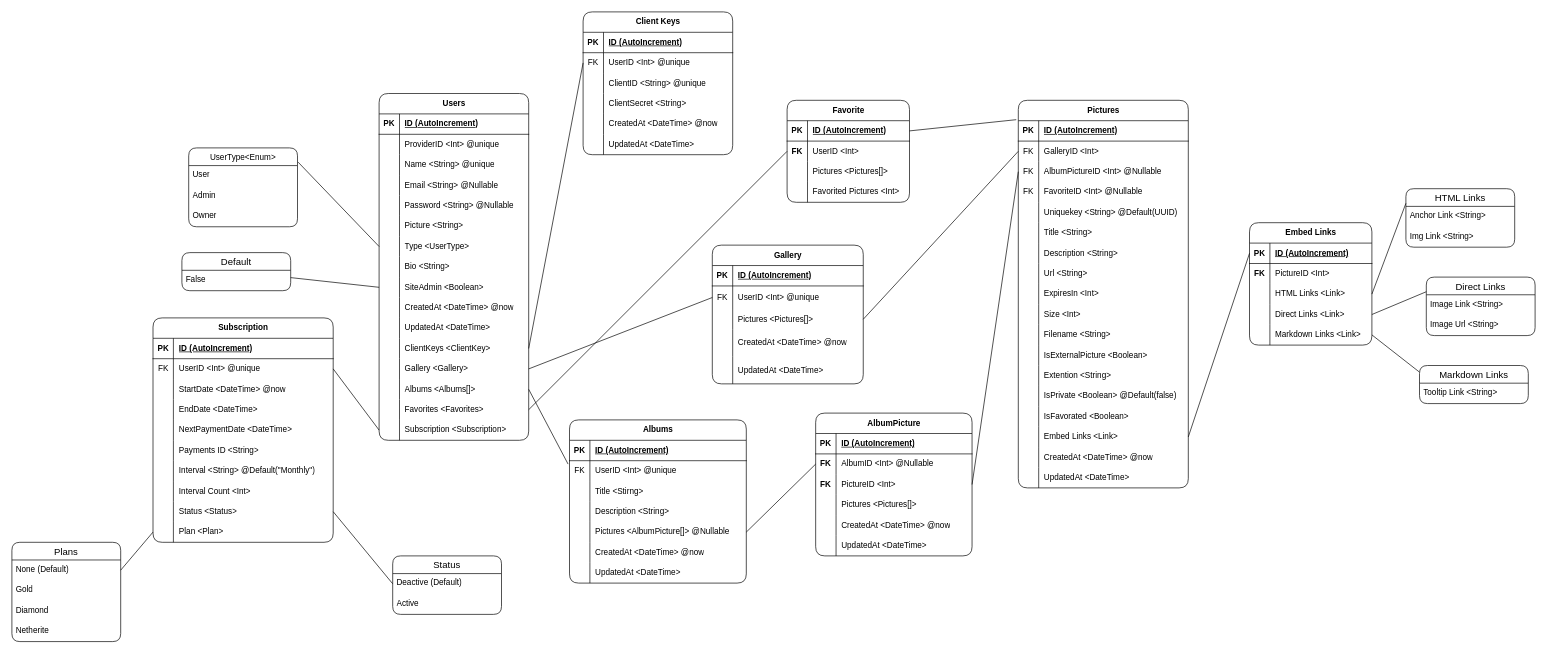
The draw.io diagram project/models/Pixelarium.drawio in Novanaa/Pixelarium, before the edit. Source tidied: cells renumbered, new cells numbered last; positions are measured from the earlier drawing's top-left corner, leaving out a move shared by most shapes. Both pictures are drawn from the tidied source at 68%, with x=0, y=0 at pixel (12, 12).
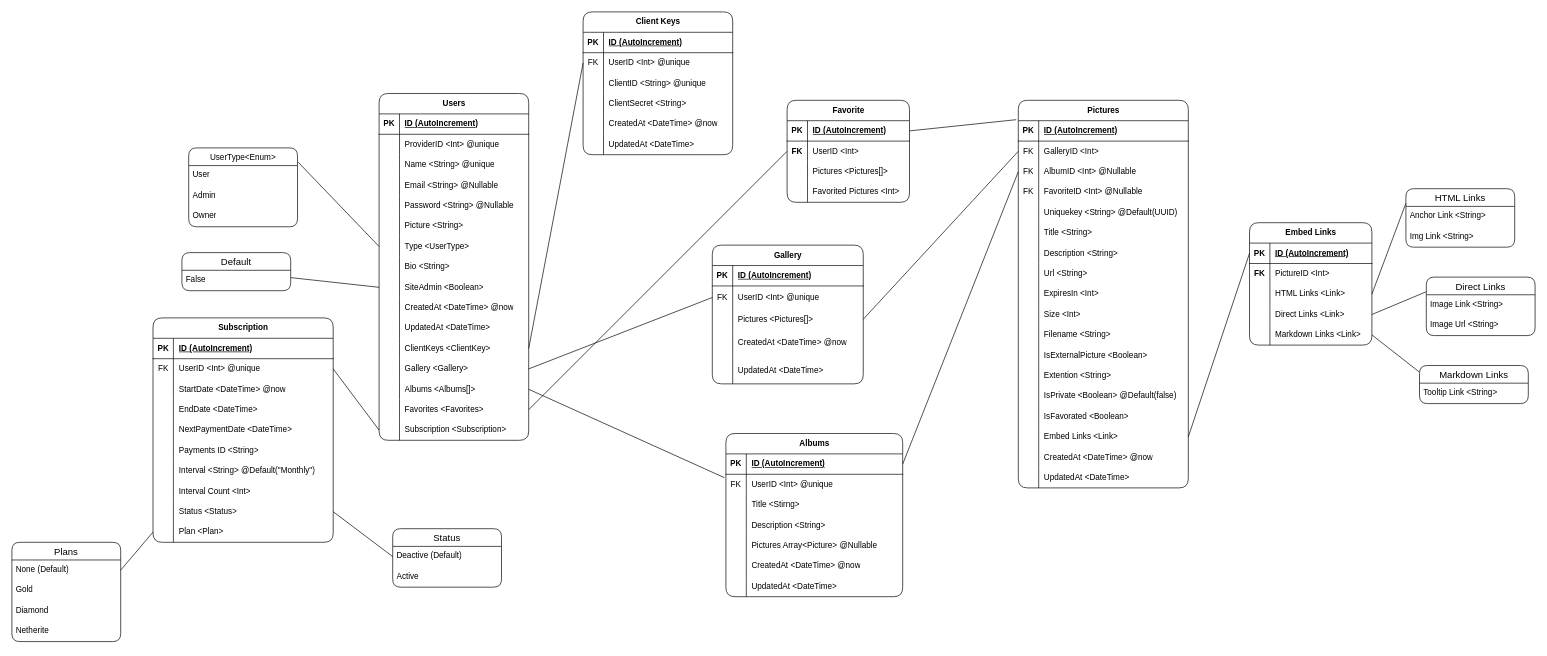
Above is the later version.

Commit message (it also covers changes not shown here):
Updated Pixelarium Database Design Model

The change refers to these unchanged cells:
```xml
<mxCell id="103" style="shape=tableRow;horizontal=0;startSize=0;swimlaneHead=0;swimlaneBody=0;fillColor=none;points=[[0,0.5],[1,0.5]];portConstraint=eastwest;top=0;left=0;right=0;bottom=0;" parent="96" vertex="1">
  <mxGeometry y="90" width="250" height="30" as="geometry" />
</mxCell>
<mxCell id="153" style="shape=tableRow;horizontal=0;startSize=0;swimlaneHead=0;swimlaneBody=0;fillColor=none;points=[[0,0.5],[1,0.5]];portConstraint=eastwest;top=0;left=0;right=0;bottom=1;" parent="152" vertex="1">
  <mxGeometry y="30" width="260" height="30" as="geometry" />
</mxCell>
<mxCell id="165" style="shape=tableRow;horizontal=0;startSize=0;swimlaneHead=0;swimlaneBody=0;fillColor=none;points=[[0,0.5],[1,0.5]];portConstraint=eastwest;top=0;left=0;right=0;bottom=0;" parent="152" vertex="1">
  <mxGeometry y="150" width="260" height="30" as="geometry" />
</mxCell>
```

What changed in the source:
```diff
@@
-    <mxCell id="105" value="AlbumPictureID &amp;lt;Int&amp;gt; @Nullable" style="shape=partialRectangle;fillColor=none;top=0;left=0;bottom=0;right=0;align=left;spacingLeft=6;overflow=hidden;whiteSpace=wrap;html=1;" parent="103" vertex="1">
+    <mxCell id="105" value="AlbumID &amp;lt;Int&amp;gt; @Nullable" style="shape=partialRectangle;fillColor=none;top=0;left=0;bottom=0;right=0;align=left;spacingLeft=6;overflow=hidden;whiteSpace=wrap;html=1;" parent="103" vertex="1">
       <mxGeometry x="30" width="220" height="30" as="geometry" />
     </mxCell>
@@
     <mxCell id="152" value="Albums" style="shape=table;startSize=30;childLayout=tableLayout;rowLines=0;fontStyle=1;align=center;html=1;rounded=1;" parent="1" vertex="1">
-      <mxGeometry x="820" y="600" width="260" height="240" as="geometry" />
+      <mxGeometry x="1050" y="620" width="260" height="240" as="geometry" />
     </mxCell>
@@
-    <mxCell id="167" value="Pictures &amp;lt;AlbumPicture[]&amp;gt; @Nullable" style="shape=partialRectangle;fillColor=none;top=0;left=0;bottom=0;right=0;align=left;spacingLeft=6;overflow=hidden;whiteSpace=wrap;html=1;" parent="165" vertex="1">
+    <mxCell id="167" value="Pictures Array&amp;lt;Picture&amp;gt; @Nullable" style="shape=partialRectangle;fillColor=none;top=0;left=0;bottom=0;right=0;align=left;spacingLeft=6;overflow=hidden;whiteSpace=wrap;html=1;" parent="165" vertex="1">
       <mxGeometry x="30" width="230" height="30" as="geometry" />
     </mxCell>
@@
-    <mxCell id="174" style="endArrow=none;html=1;rounded=0;exitX=1;exitY=0.5;exitDx=0;exitDy=0;entryX=0;entryY=0.5;entryDx=0;entryDy=0;" parent="1" edge="1" source="165" target="221">
-      <mxGeometry relative="1" as="geometry" />
-    </mxCell>
@@
     <mxCell id="207" value="Status" style="swimlane;fontStyle=0;horizontal=1;startSize=26;align=center;fontSize=14;rounded=1;" parent="1" vertex="1">
-      <mxGeometry x="560" y="800" width="160" height="86" as="geometry" />
+      <mxGeometry x="560" y="760" width="160" height="86" as="geometry" />
     </mxCell>
@@
-    <mxCell id="217" value="AlbumPicture" style="shape=table;startSize=30;childLayout=tableLayout;rowLines=0;fontStyle=1;align=center;html=1;rounded=1;" parent="1" vertex="1">
-      <mxGeometry x="1182" y="590" width="230" height="210" as="geometry" />
-    </mxCell>
-    <mxCell id="218" style="shape=tableRow;horizontal=0;startSize=0;swimlaneHead=0;swimlaneBody=0;fillColor=none;top=0;left=0;right=0;bottom=1;" parent="217" vertex="1">
-      <mxGeometry y="30" width="230" height="30" as="geometry" />
-    </mxCell>
-    <mxCell id="219" value="PK" style="shape=partialRectangle;fillColor=none;top=0;left=0;bottom=0;right=0;fontStyle=1;overflow=hidden;whiteSpace=wrap;html=1;" parent="218" vertex="1">
-      <mxGeometry width="30" height="30" as="geometry" />
-    </mxCell>
-    <mxCell id="220" value="ID (AutoIncrement)" style="shape=partialRectangle;fillColor=none;top=0;left=0;bottom=0;right=0;align=left;spacingLeft=6;fontStyle=5;overflow=hidden;whiteSpace=wrap;html=1;" parent="218" vertex="1">
-      <mxGeometry x="30" width="200" height="30" as="geometry" />
-    </mxCell>
-    <mxCell id="221" style="shape=tableRow;horizontal=0;startSize=0;swimlaneHead=0;swimlaneBody=0;fillColor=none;points=[[0,0.5],[1,0.5]];portConstraint=eastwest;top=0;left=0;right=0;bottom=0;" parent="217" vertex="1">
-      <mxGeometry y="60" width="230" height="30" as="geometry" />
-    </mxCell>
-    <mxCell id="222" value="&lt;b&gt;FK&lt;/b&gt;" style="shape=partialRectangle;fillColor=none;top=0;left=0;bottom=0;right=0;overflow=hidden;whiteSpace=wrap;html=1;" parent="221" vertex="1">
-      <mxGeometry width="30" height="30" as="geometry" />
-    </mxCell>
-    <mxCell id="223" value="AlbumID &amp;lt;Int&amp;gt; @Nullable" style="shape=partialRectangle;fillColor=none;top=0;left=0;bottom=0;right=0;align=left;spacingLeft=6;overflow=hidden;whiteSpace=wrap;html=1;" parent="221" vertex="1">
-      <mxGeometry x="30" width="200" height="30" as="geometry" />
-    </mxCell>
-    <mxCell id="224" style="shape=tableRow;horizontal=0;startSize=0;swimlaneHead=0;swimlaneBody=0;fillColor=none;points=[[0,0.5],[1,0.5]];portConstraint=eastwest;top=0;left=0;right=0;bottom=0;" parent="217" vertex="1">
-      <mxGeometry y="90" width="230" height="30" as="geometry" />
-    </mxCell>
-    <mxCell id="225" value="&lt;b&gt;FK&lt;/b&gt;" style="shape=partialRectangle;fillColor=none;top=0;left=0;bottom=0;right=0;overflow=hidden;whiteSpace=wrap;html=1;" parent="224" vertex="1">
-      <mxGeometry width="30" height="30" as="geometry" />
-    </mxCell>
-    <mxCell id="226" value="PictureID &amp;lt;Int&amp;gt;" style="shape=partialRectangle;fillColor=none;top=0;left=0;bottom=0;right=0;align=left;spacingLeft=6;overflow=hidden;whiteSpace=wrap;html=1;" parent="224" vertex="1">
-      <mxGeometry x="30" width="200" height="30" as="geometry" />
-    </mxCell>
-    <mxCell id="227" style="shape=tableRow;horizontal=0;startSize=0;swimlaneHead=0;swimlaneBody=0;fillColor=none;top=0;left=0;right=0;bottom=0;" parent="217" vertex="1">
-      <mxGeometry y="120" width="230" height="30" as="geometry" />
-    </mxCell>
-    <mxCell id="228" style="shape=partialRectangle;fillColor=none;top=0;left=0;bottom=0;right=0;overflow=hidden;whiteSpace=wrap;html=1;" parent="227" vertex="1">
-      <mxGeometry width="30" height="30" as="geometry" />
-    </mxCell>
-    <mxCell id="229" value="Pictures &amp;lt;Pictures[]&amp;gt;" style="shape=partialRectangle;fillColor=none;top=0;left=0;bottom=0;right=0;align=left;spacingLeft=6;overflow=hidden;whiteSpace=wrap;html=1;" parent="227" vertex="1">
-      <mxGeometry x="30" width="200" height="30" as="geometry" />
-    </mxCell>
-    <mxCell id="230" style="shape=tableRow;horizontal=0;startSize=0;swimlaneHead=0;swimlaneBody=0;fillColor=none;top=0;left=0;right=0;bottom=0;" parent="217" vertex="1">
-      <mxGeometry y="150" width="230" height="30" as="geometry" />
-    </mxCell>
-    <mxCell id="231" style="shape=partialRectangle;fillColor=none;top=0;left=0;bottom=0;right=0;overflow=hidden;whiteSpace=wrap;html=1;" parent="230" vertex="1">
-      <mxGeometry width="30" height="30" as="geometry" />
-    </mxCell>
-    <mxCell id="232" value="CreatedAt &amp;lt;DateTime&amp;gt; @now" style="shape=partialRectangle;fillColor=none;top=0;left=0;bottom=0;right=0;align=left;spacingLeft=6;overflow=hidden;whiteSpace=wrap;html=1;" parent="230" vertex="1">
-      <mxGeometry x="30" width="200" height="30" as="geometry" />
-    </mxCell>
-    <mxCell id="233" style="shape=tableRow;horizontal=0;startSize=0;swimlaneHead=0;swimlaneBody=0;fillColor=none;top=0;left=0;right=0;bottom=0;" parent="217" vertex="1">
-      <mxGeometry y="180" width="230" height="30" as="geometry" />
-    </mxCell>
-    <mxCell id="234" style="shape=partialRectangle;fillColor=none;top=0;left=0;bottom=0;right=0;overflow=hidden;whiteSpace=wrap;html=1;" parent="233" vertex="1">
-      <mxGeometry width="30" height="30" as="geometry" />
-    </mxCell>
-    <mxCell id="235" value="UpdatedAt &amp;lt;DateTime&amp;gt;" style="shape=partialRectangle;fillColor=none;top=0;left=0;bottom=0;right=0;align=left;spacingLeft=6;overflow=hidden;whiteSpace=wrap;html=1;" parent="233" vertex="1">
-      <mxGeometry x="30" width="200" height="30" as="geometry" />
-    </mxCell>
@@
-    <mxCell id="237" style="endArrow=none;html=1;rounded=0;exitX=1;exitY=0.5;exitDx=0;exitDy=0;entryX=0;entryY=0.5;entryDx=0;entryDy=0;" parent="1" edge="1" source="224" target="103">
-      <mxGeometry relative="1" as="geometry" />
-    </mxCell>
@@
+    <mxCell id="281" style="endArrow=none;html=1;rounded=0;exitX=1;exitY=0.5;exitDx=0;exitDy=0;entryX=0;entryY=0.5;entryDx=0;entryDy=0;" parent="1" edge="1" source="153" target="103">
+      <mxGeometry relative="1" as="geometry" />
+    </mxCell>
```
